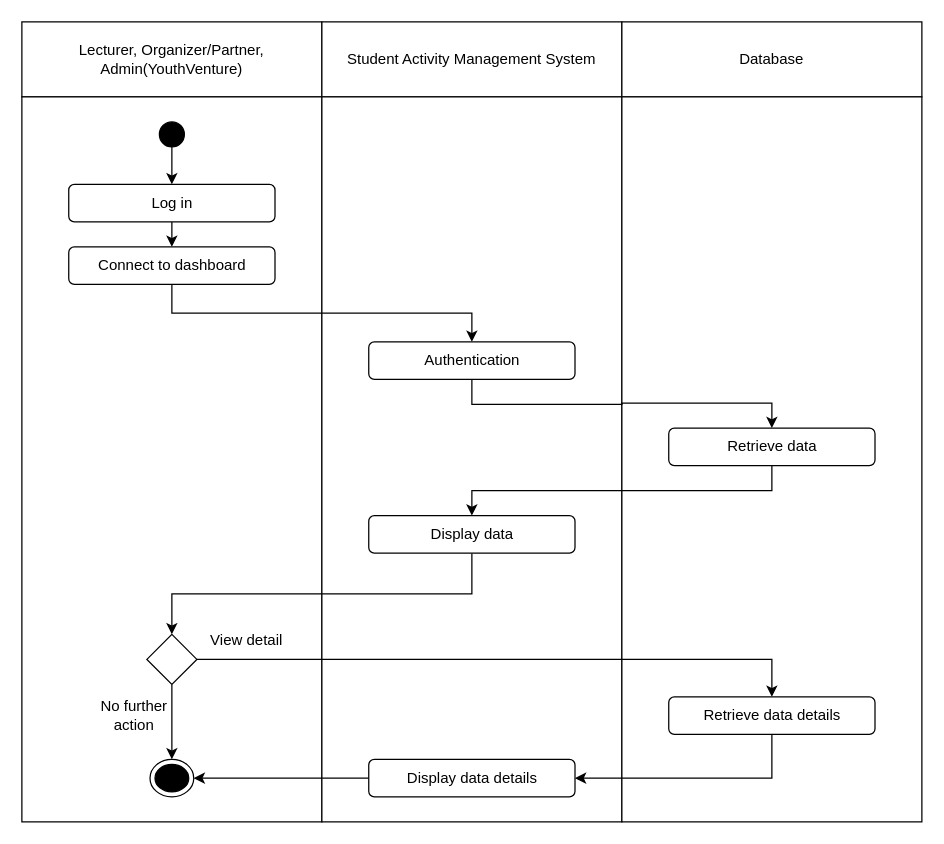
wei2030/year2_project keeps this draw.io diagram as activity diagram/UC018 act_diagram.drawio. Above is the earlier version. Source tidied: cells renumbered, new cells numbered last; positions are measured from the earlier drawing's top-left corner, leaving out a move shared by most shapes. Both pictures are drawn from the tidied source at 125%, with x=0, y=0 at pixel (21, 21).
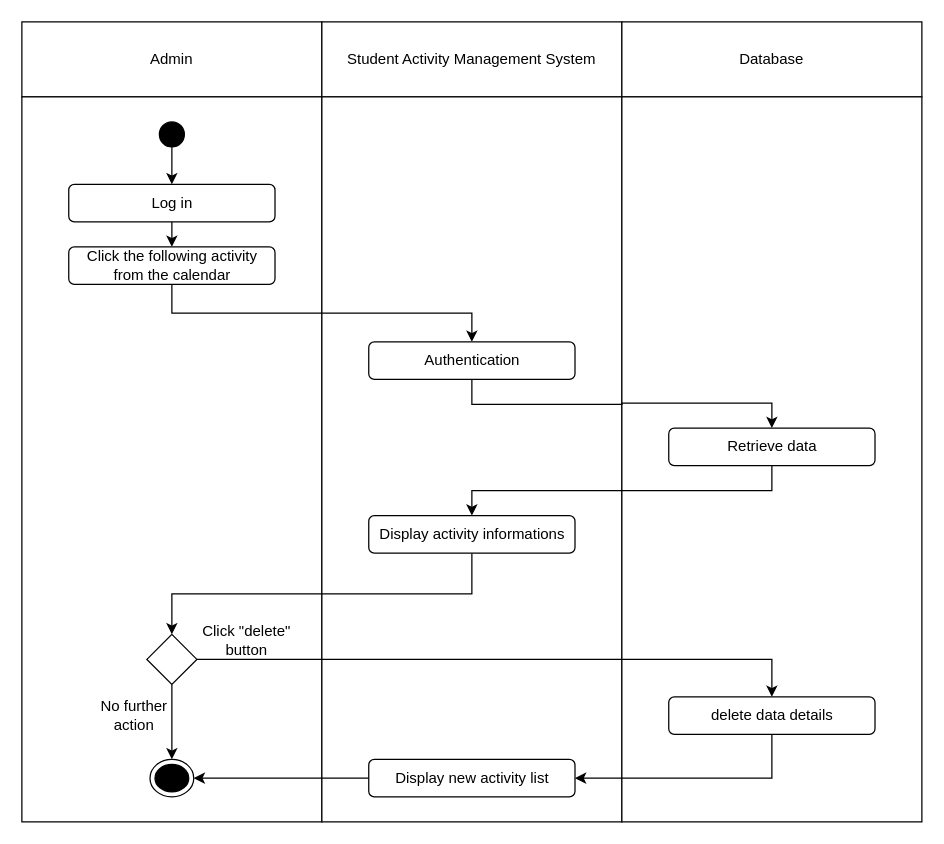
After the change.

The edit, as a diff of the source:
```diff
@@
-    <mxCell id="2" value="Lecturer, Organizer/Partner, Admin(YouthVenture)" style="html=1;whiteSpace=wrap;" parent="1" vertex="1">
+    <mxCell id="2" value="Admin" style="html=1;whiteSpace=wrap;" parent="1" vertex="1">
       <mxGeometry width="240" height="60" as="geometry" />
     </mxCell>
@@
-    <mxCell id="13" value="Connect to dashboard" style="rounded=1;whiteSpace=wrap;html=1;" parent="1" vertex="1">
+    <mxCell id="13" value="Click the following activity from the calendar" style="rounded=1;whiteSpace=wrap;html=1;" parent="1" vertex="1">
       <mxGeometry x="37.5" y="180" width="165" height="30" as="geometry" />
     </mxCell>
@@
-    <mxCell id="19" value="Display data" style="rounded=1;whiteSpace=wrap;html=1;" parent="1" vertex="1">
+    <mxCell id="19" value="Display activity informations" style="rounded=1;whiteSpace=wrap;html=1;" parent="1" vertex="1">
       <mxGeometry x="277.5" y="395" width="165" height="30" as="geometry" />
     </mxCell>
@@
-    <mxCell id="24" value="Retrieve data details" style="rounded=1;whiteSpace=wrap;html=1;" parent="1" vertex="1">
+    <mxCell id="24" value="delete data details" style="rounded=1;whiteSpace=wrap;html=1;" parent="1" vertex="1">
       <mxGeometry x="517.5" y="540" width="165" height="30" as="geometry" />
     </mxCell>
@@
-    <mxCell id="26" value="View detail" style="text;html=1;strokeColor=none;fillColor=none;align=center;verticalAlign=middle;whiteSpace=wrap;rounded=0;" parent="1" vertex="1">
+    <mxCell id="26" value="Click &quot;delete&quot; button" style="text;html=1;strokeColor=none;fillColor=none;align=center;verticalAlign=middle;whiteSpace=wrap;rounded=0;" parent="1" vertex="1">
       <mxGeometry x="140" y="480" width="80" height="30" as="geometry" />
     </mxCell>
@@
-    <mxCell id="29" value="Display data details" style="rounded=1;whiteSpace=wrap;html=1;" parent="1" vertex="1">
+    <mxCell id="29" value="Display new activity list" style="rounded=1;whiteSpace=wrap;html=1;" parent="1" vertex="1">
       <mxGeometry x="277.5" y="590" width="165" height="30" as="geometry" />
     </mxCell>
```
